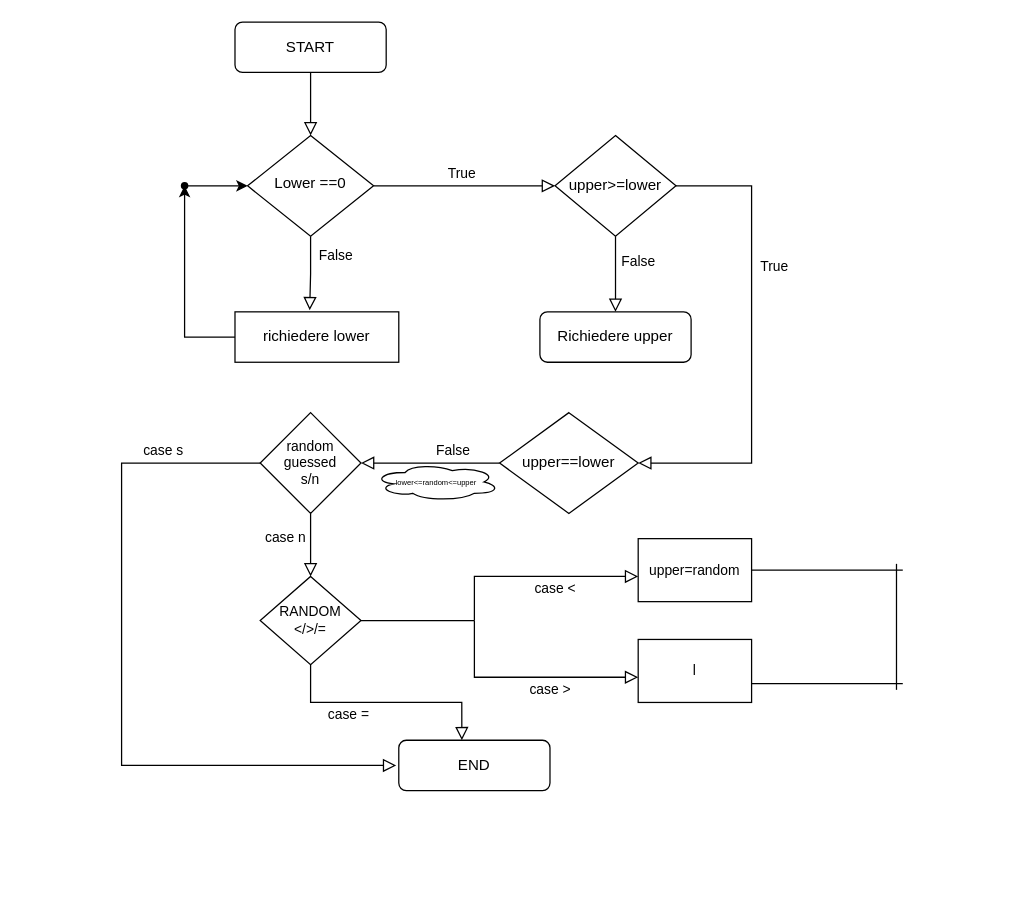
This is Untitled Diagram.drawio from Fedda17/Flowchart, a draw.io file, before an edit. Source tidied: cells renumbered, new cells numbered last; positions are measured from the earlier drawing's top-left corner, leaving out a move shared by most shapes. Both pictures are drawn from the tidied source at 126%, with x=0, y=0 at pixel (121, 21).
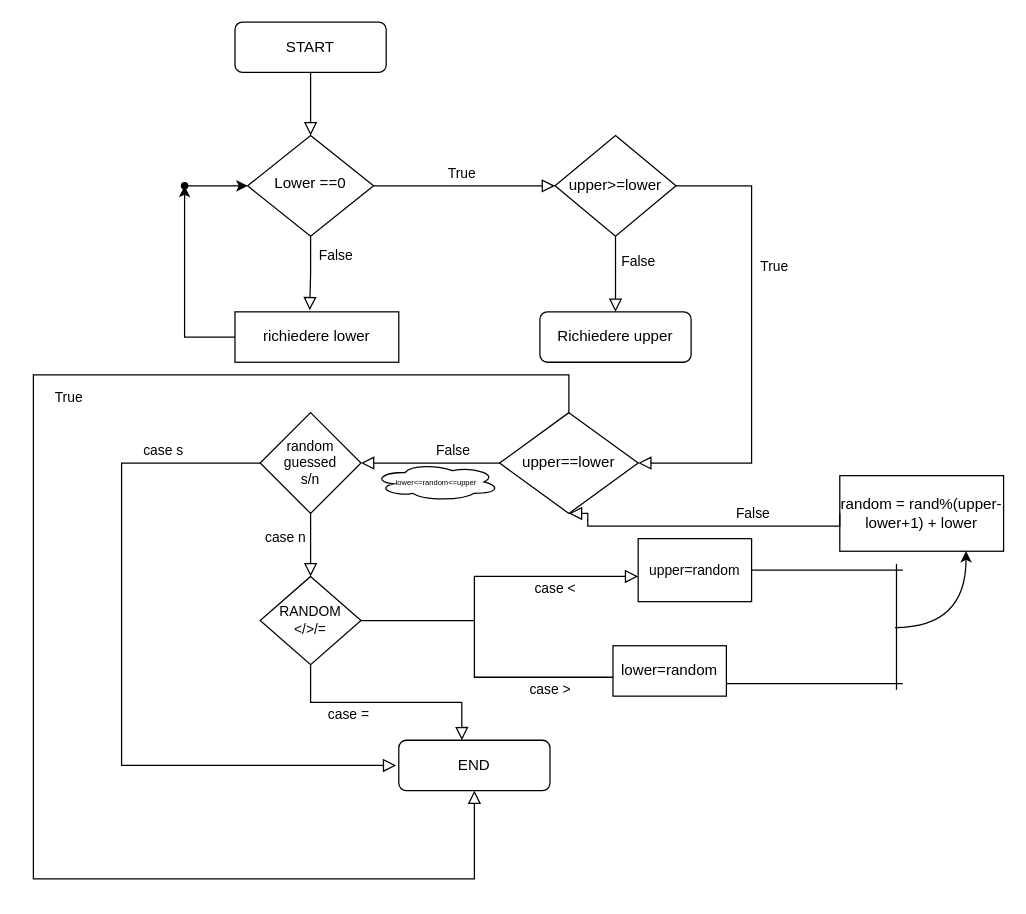
After the change.

The change refers to these unchanged cells:
```xml
<mxCell id="16" value="upper==lower" style="rhombus;whiteSpace=wrap;html=1;fontSize=12;" parent="1" vertex="1">
  <mxGeometry x="300" y="310" width="110" height="80" as="geometry" />
</mxCell>
<mxCell id="30" style="line;strokeWidth=1;html=1;fontSize=11;direction=south;" parent="1" vertex="1">
  <mxGeometry x="610" y="430" width="10" height="100" as="geometry" />
</mxCell>
```

Diff of the diagram source:
```diff
@@
     <mxCell id="29" style="line;strokeWidth=1;html=1;fontSize=11;" parent="1" vertex="1">
-      <mxGeometry x="500" y="520" width="120" height="10" as="geometry" />
+      <mxGeometry x="480" y="520" width="140" height="10" as="geometry" />
     </mxCell>
@@
-    <mxCell id="31" value="l" style="rounded=0;whiteSpace=wrap;html=1;fontSize=11;strokeWidth=1;" parent="1" vertex="1">
-      <mxGeometry x="410" y="490" width="90" height="50" as="geometry" />
-    </mxCell>
+    <mxCell id="32" value="lower=random" style="rounded=0;whiteSpace=wrap;html=1;" parent="1" vertex="1">
+      <mxGeometry x="390" y="495" width="90" height="40" as="geometry" />
+    </mxCell>
+    <mxCell id="33" value="random = rand%(upper-lower+1) + lower" style="rounded=0;whiteSpace=wrap;html=1;" parent="1" vertex="1">
+      <mxGeometry x="570" y="360" width="130" height="60" as="geometry" />
+    </mxCell>
+    <mxCell id="34" style="curved=1;endArrow=classic;html=1;rounded=0;edgeStyle=orthogonalEdgeStyle;exitX=0.506;exitY=0.62;exitDx=0;exitDy=0;exitPerimeter=0;entryX=0.771;entryY=0.997;entryDx=0;entryDy=0;entryPerimeter=0;" parent="1" edge="1" source="30" target="33">
+      <mxGeometry relative="1" as="geometry">
+        <Array as="points">
+          <mxPoint x="671" y="481" />
+          <mxPoint x="671" y="420" />
+        </Array>
+      </mxGeometry>
+    </mxCell>
+    <mxCell id="35" value="False" style="edgeStyle=orthogonalEdgeStyle;rounded=0;html=1;jettySize=auto;fontSize=11;endArrow=block;endFill=0;endSize=8;strokeWidth=1;shadow=0;labelBackgroundColor=none;exitX=0;exitY=0.5;exitDx=0;exitDy=0;entryX=0.5;entryY=1;entryDx=0;entryDy=0;" parent="1" edge="1" target="16">
+      <mxGeometry x="-0.33" y="-10" relative="1" as="geometry">
+        <mxPoint x="570" y="390" as="sourcePoint" />
+        <Array as="points">
+          <mxPoint x="570" y="400" />
+          <mxPoint x="370" y="400" />
+          <mxPoint x="370" y="390" />
+        </Array>
+      </mxGeometry>
+    </mxCell>
+    <mxCell id="36" value="True" style="edgeStyle=orthogonalEdgeStyle;rounded=0;html=1;jettySize=auto;fontSize=11;endArrow=block;endFill=0;endSize=8;strokeWidth=1;shadow=0;labelBackgroundColor=none;exitX=0.5;exitY=0;exitDx=0;exitDy=0;" parent="1" edge="1" source="16">
+      <mxGeometry x="-0.33" y="18" relative="1" as="geometry">
+        <mxPoint x="280" y="610" as="targetPoint" />
+        <Array as="points">
+          <mxPoint x="355" y="280" />
+          <mxPoint x="-70" y="280" />
+          <mxPoint x="-70" y="680" />
+          <mxPoint x="280" y="680" />
+        </Array>
+      </mxGeometry>
+    </mxCell>
```
